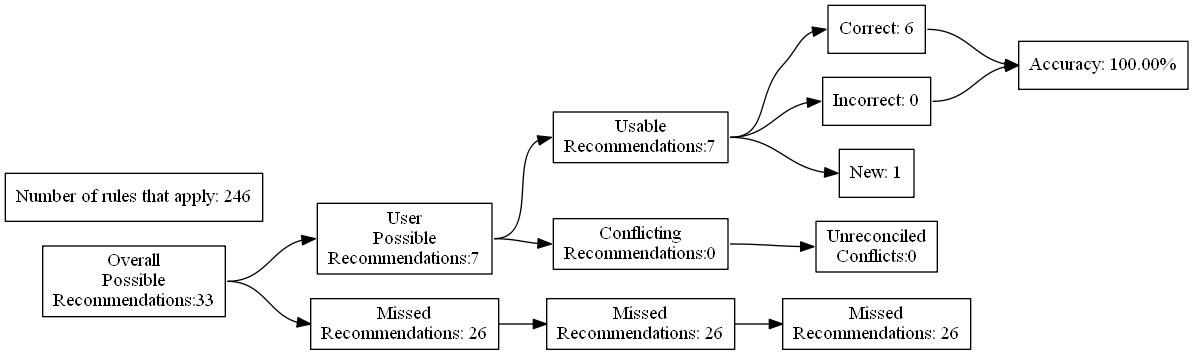
This is test_renders/82.gv.png from ZaxR/ibd_diet_analysis, a Graphviz export, as it was before one commit. Its source is kept beside it as test_renders/82.gv.
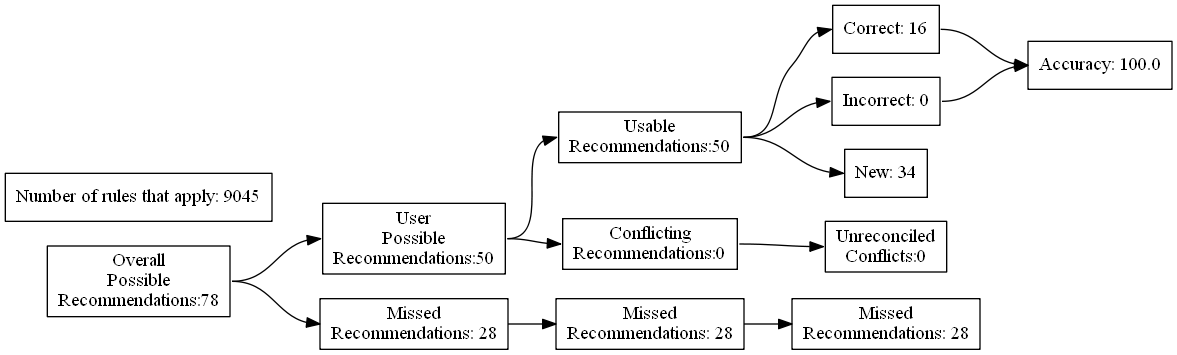
After the change.

Change to the diagram source:
```diff
@@ -4,27 +4,27 @@
 	edge [headport=w tailport=e]
 		A [label="Overall
 Possible
-Recommendations:33"]
+Recommendations:78"]
 		B [label="User
 Possible
-Recommendations:7"]
+Recommendations:50"]
 		C [label="Missed
-Recommendations: 26"]
+Recommendations: 28"]
 		D [label="Usable
-Recommendations:7"]
+Recommendations:50"]
 		E [label="Conflicting
 Recommendations:0"]
 		J [label="Missed
-Recommendations: 26"]
+Recommendations: 28"]
 		M [label="Unreconciled
 Conflicts:0"]
-		F [label="Correct: 6"]
+		F [label="Correct: 16"]
 		G [label="Incorrect: 0"]
-		H [label="New: 1"]
+		H [label="New: 34"]
 		K [label="Missed
-Recommendations: 26"]
-		I [label="Accuracy: 100.00%"]
-		l [label="Number of rules that apply: 246"]
+Recommendations: 28"]
+		I [label="Accuracy: 100.0"]
+		l [label="Number of rules that apply: 9045"]
 			A -> B
 			A -> C
 			B -> D
```
